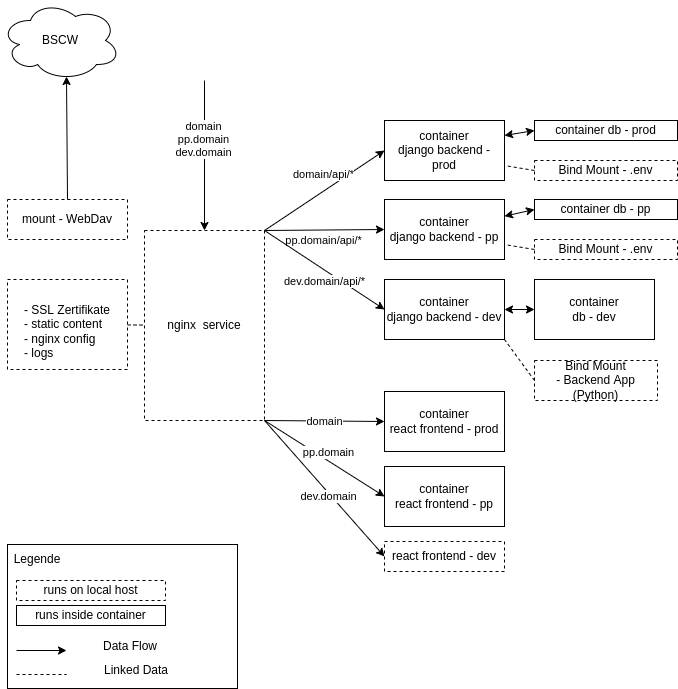
fra-uas-project/softDsim keeps this draw.io diagram as docs/devops/hld.drawio.png. Above is the earlier version. Source tidied: cells renumbered, new cells last; positions are measured from the earlier drawing's top-left corner, leaving out a move shared by most shapes.
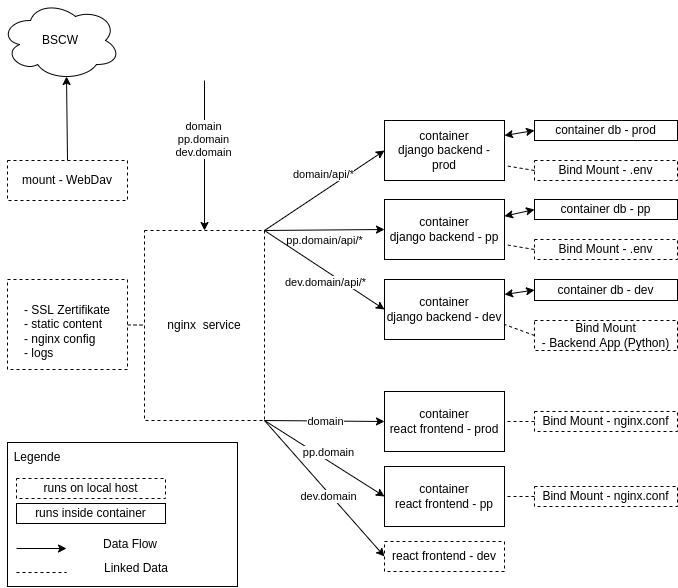
After the commit.

What changed in the source:
```diff
@@ -60,10 +60,10 @@
         <mxPoint x="-25" y="2" as="offset" />
       </mxGeometry>
     </mxCell>
-    <mxCell id="18" value="container&lt;br&gt;db - dev" style="rounded=0;whiteSpace=wrap;html=1;" parent="1" vertex="1">
-      <mxGeometry x="534" y="279" width="120" height="60" as="geometry" />
+    <mxCell id="18" value="container db - dev" style="rounded=0;whiteSpace=wrap;html=1;" parent="1" vertex="1">
+      <mxGeometry x="534" y="279" width="143" height="21" as="geometry" />
     </mxCell>
-    <mxCell id="19" style="endArrow=classic;startArrow=classic;html=1;exitX=0;exitY=0.5;exitDx=0;exitDy=0;entryX=1;entryY=0.5;entryDx=0;entryDy=0;" parent="1" edge="1" source="18" target="20">
+    <mxCell id="19" style="endArrow=classic;startArrow=classic;html=1;exitX=0;exitY=0.5;exitDx=0;exitDy=0;entryX=1;entryY=0.25;entryDx=0;entryDy=0;" parent="1" edge="1" source="18" target="20">
       <mxGeometry relative="1" as="geometry" />
     </mxCell>
     <mxCell id="20" value="container&lt;br&gt;django backend - dev" style="rounded=0;whiteSpace=wrap;html=1;" parent="1" vertex="1">
@@ -100,40 +100,40 @@
       </mxGeometry>
     </mxCell>
     <mxCell id="29" value="Bind Mount&lt;br&gt;- Backend App (Python)" style="rounded=0;whiteSpace=wrap;html=1;dashed=1;strokeColor=default;" parent="1" vertex="1">
-      <mxGeometry x="534" y="360" width="123" height="40" as="geometry" />
+      <mxGeometry x="534" y="320" width="143" height="30" as="geometry" />
     </mxCell>
-    <mxCell id="30" style="edgeStyle=none;html=1;endArrow=none;endFill=0;dashed=1;entryX=1;entryY=1;entryDx=0;entryDy=0;exitX=0;exitY=0.5;exitDx=0;exitDy=0;" parent="1" edge="1" source="29" target="20">
+    <mxCell id="30" style="edgeStyle=none;html=1;endArrow=none;endFill=0;dashed=1;exitX=0;exitY=0.5;exitDx=0;exitDy=0;entryX=1;entryY=0.75;entryDx=0;entryDy=0;" parent="1" edge="1" source="29" target="20">
       <mxGeometry relative="1" as="geometry" />
     </mxCell>
     <mxCell id="31" style="rounded=0;whiteSpace=wrap;html=1;align=left;" parent="1" vertex="1">
-      <mxGeometry x="7" y="544" width="230" height="144" as="geometry" />
+      <mxGeometry x="7" y="442" width="230" height="144" as="geometry" />
     </mxCell>
     <mxCell id="32" value="runs on local host" style="rounded=0;whiteSpace=wrap;html=1;dashed=1;" parent="1" vertex="1">
-      <mxGeometry x="16" y="580" width="149" height="20" as="geometry" />
+      <mxGeometry x="16" y="478" width="149" height="20" as="geometry" />
     </mxCell>
     <mxCell id="33" value="Legende" style="text;html=1;strokeColor=none;fillColor=none;align=center;verticalAlign=middle;whiteSpace=wrap;rounded=0;" parent="1" vertex="1">
-      <mxGeometry x="7" y="544" width="60" height="30" as="geometry" />
+      <mxGeometry x="7" y="442" width="60" height="30" as="geometry" />
     </mxCell>
     <mxCell id="34" value="runs inside container" style="rounded=0;whiteSpace=wrap;html=1;" parent="1" vertex="1">
-      <mxGeometry x="16" y="605" width="149" height="20" as="geometry" />
+      <mxGeometry x="16" y="503" width="149" height="20" as="geometry" />
     </mxCell>
     <mxCell id="35" style="endArrow=classic;html=1;" parent="1" edge="1">
       <mxGeometry relative="1" as="geometry">
-        <mxPoint x="16" y="650" as="sourcePoint" />
-        <mxPoint x="66" y="650" as="targetPoint" />
+        <mxPoint x="16" y="548" as="sourcePoint" />
+        <mxPoint x="66" y="548" as="targetPoint" />
       </mxGeometry>
     </mxCell>
     <mxCell id="36" value="Data Flow" style="text;html=1;strokeColor=none;fillColor=none;align=center;verticalAlign=middle;whiteSpace=wrap;rounded=0;" parent="1" vertex="1">
-      <mxGeometry x="100" y="631" width="60" height="30" as="geometry" />
+      <mxGeometry x="100" y="529" width="60" height="30" as="geometry" />
     </mxCell>
     <mxCell id="37" style="endArrow=none;dashed=1;html=1;" parent="1" edge="1">
       <mxGeometry relative="1" as="geometry">
-        <mxPoint x="16" y="674" as="sourcePoint" />
-        <mxPoint x="66" y="674" as="targetPoint" />
+        <mxPoint x="16" y="572" as="sourcePoint" />
+        <mxPoint x="66" y="572" as="targetPoint" />
       </mxGeometry>
     </mxCell>
     <mxCell id="38" value="Linked Data" style="text;html=1;strokeColor=none;fillColor=none;align=center;verticalAlign=middle;whiteSpace=wrap;rounded=0;" parent="1" vertex="1">
-      <mxGeometry x="98" y="655" width="76" height="30" as="geometry" />
+      <mxGeometry x="98" y="553" width="76" height="30" as="geometry" />
     </mxCell>
     <mxCell id="39" value="Bind Mount - .env" style="rounded=0;whiteSpace=wrap;html=1;dashed=1;strokeColor=default;" parent="1" vertex="1">
       <mxGeometry x="534" y="160" width="143" height="20" as="geometry" />
@@ -154,7 +154,7 @@
       <mxGeometry relative="1" as="geometry" />
     </mxCell>
     <mxCell id="45" value="mount - WebDav" style="rounded=0;whiteSpace=wrap;html=1;dashed=1;strokeColor=default;" parent="1" vertex="1">
-      <mxGeometry x="7" y="199" width="120" height="40" as="geometry" />
+      <mxGeometry x="7" y="160" width="120" height="40" as="geometry" />
     </mxCell>
     <mxCell id="46" style="endArrow=classic;html=1;exitX=0.5;exitY=0;exitDx=0;exitDy=0;entryX=0.55;entryY=0.95;entryDx=0;entryDy=0;entryPerimeter=0;" parent="1" edge="1" source="45" target="47">
       <mxGeometry relative="1" as="geometry" />
@@ -162,5 +162,17 @@
     <mxCell id="47" value="BSCW" style="ellipse;shape=cloud;whiteSpace=wrap;html=1;" parent="1" vertex="1">
       <mxGeometry width="120" height="80" as="geometry" />
     </mxCell>
+    <mxCell id="48" value="Bind Mount - nginx.conf" style="rounded=0;whiteSpace=wrap;html=1;dashed=1;strokeColor=default;" parent="1" vertex="1">
+      <mxGeometry x="534" y="411" width="143" height="20" as="geometry" />
+    </mxCell>
+    <mxCell id="49" style="edgeStyle=none;html=1;endArrow=none;endFill=0;dashed=1;entryX=1;entryY=0.5;entryDx=0;entryDy=0;exitX=0;exitY=0.5;exitDx=0;exitDy=0;" parent="1" edge="1" source="48" target="24">
+      <mxGeometry relative="1" as="geometry" />
+    </mxCell>
+    <mxCell id="50" value="Bind Mount - nginx.conf" style="rounded=0;whiteSpace=wrap;html=1;dashed=1;strokeColor=default;" parent="1" vertex="1">
+      <mxGeometry x="534" y="486" width="143" height="20" as="geometry" />
+    </mxCell>
+    <mxCell id="51" style="edgeStyle=none;html=1;endArrow=none;endFill=0;dashed=1;exitX=0;exitY=0.5;exitDx=0;exitDy=0;entryX=1;entryY=0.5;entryDx=0;entryDy=0;" parent="1" edge="1" source="50" target="23">
+      <mxGeometry relative="1" as="geometry" />
+    </mxCell>
   </root>
 </mxGraphModel>
```
